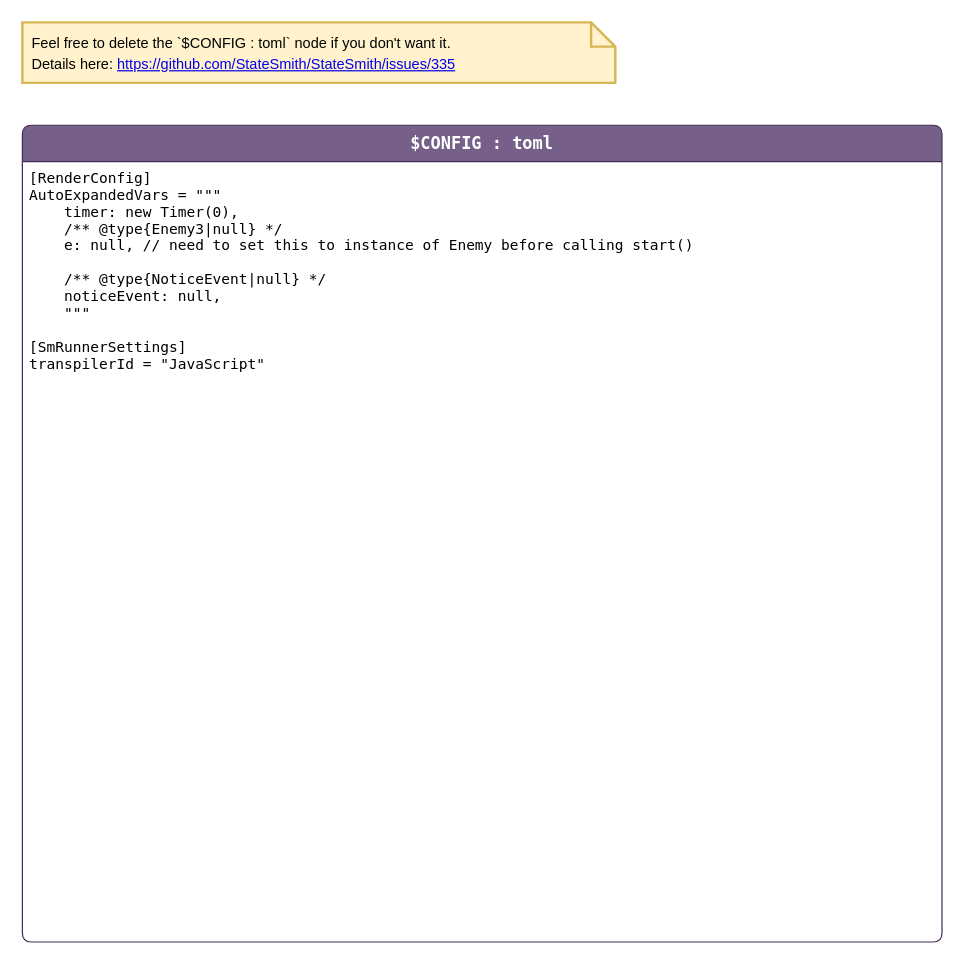
Earlier version of the draw.io diagram page "config" (2 of 3) of enemy3/Enemy3Sm.drawio (adamfk/game-fsm-examples). Source tidied: cells renumbered, new cells numbered last; positions are measured from the earlier drawing's top-left corner, leaving out a move shared by most shapes. Both pictures are drawn from the tidied source at 121%, with x=0, y=0 at pixel (22, 22).
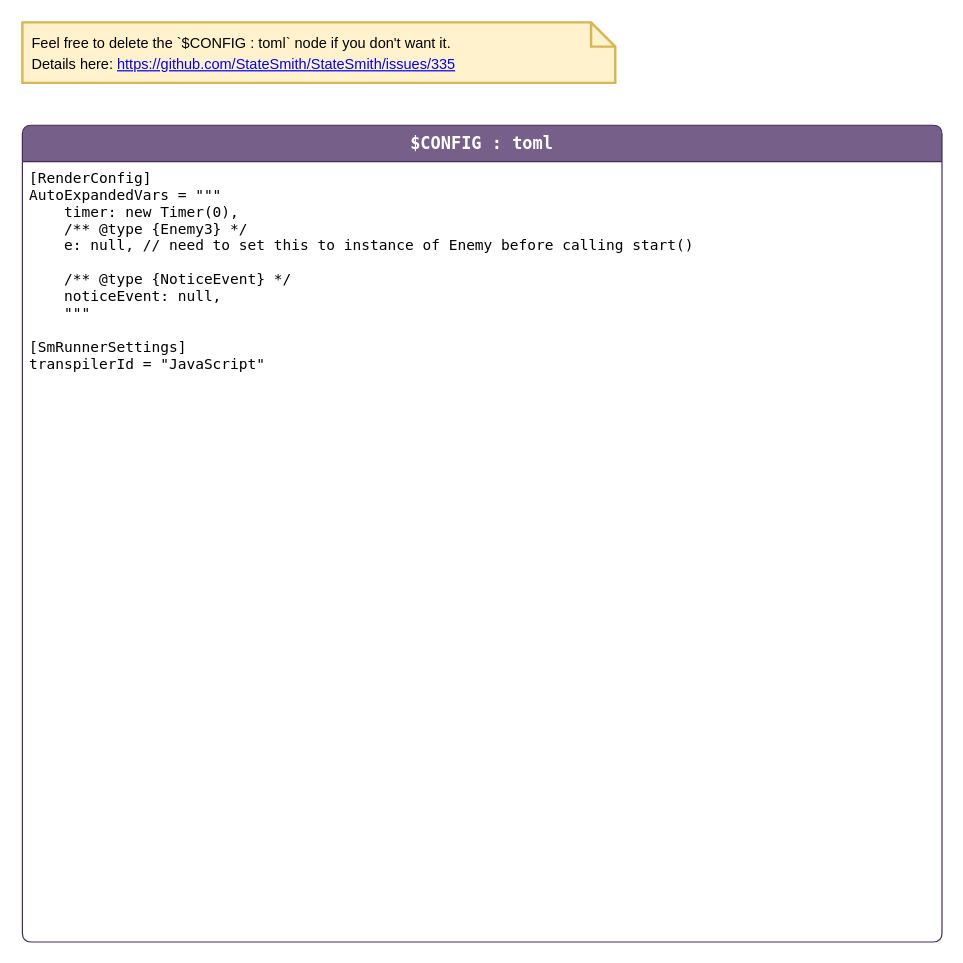
After the change.

Diff of the diagram source:
```diff
@@
 <mxGraphModel>
   <root>
     <mxCell id="0" />
     <mxCell id="1" parent="0" />
     <mxCell id="2" value="$CONFIG : toml" style="shape=swimlane;align=center;verticalAlign=top;fontFamily=Lucida Console;startSize=30;fontSize=14;fontStyle=1;swimlaneFillColor=default;rounded=1;arcSize=15;absoluteArcSize=1;fillColor=#76608a;strokeColor=#432D57;fontColor=#ffffff;" parent="1" vertex="1">
       <mxGeometry y="85" width="760" height="675" as="geometry" />
     </mxCell>
-    <mxCell id="3" value="[RenderConfig]&#10;AutoExpandedVars = &quot;&quot;&quot;&#10;    timer: new Timer(0),&#10;    /** @type{Enemy3|null} */&#10;    e: null, // need to set this to instance of Enemy before calling start()&#10;&#10;    /** @type{NoticeEvent|null} */&#10;    noticeEvent: null,&#10;    &quot;&quot;&quot;&#10;&#10;[SmRunnerSettings]&#10;transpilerId = &quot;JavaScript&quot;" style="fontFamily=Lucida Console;align=left;verticalAlign=top;fillColor=none;gradientColor=none;strokeColor=none;rounded=0;spacingLeft=4;" parent="2" vertex="1">
+    <mxCell id="3" value="[RenderConfig]&#10;AutoExpandedVars = &quot;&quot;&quot;&#10;    timer: new Timer(0),&#10;    /** @type {Enemy3} */&#10;    e: null, // need to set this to instance of Enemy before calling start()&#10;&#10;    /** @type {NoticeEvent} */&#10;    noticeEvent: null,&#10;    &quot;&quot;&quot;&#10;&#10;[SmRunnerSettings]&#10;transpilerId = &quot;JavaScript&quot;" style="fontFamily=Lucida Console;align=left;verticalAlign=top;fillColor=none;gradientColor=none;strokeColor=none;rounded=0;spacingLeft=4;" parent="2" vertex="1">
       <mxGeometry y="30" width="580" height="190" as="geometry" />
     </mxCell>
     <mxCell id="4" value="&lt;span style=&quot;color: rgb(0, 0, 0); font-size: 12px;&quot;&gt;Feel free to delete the `$CONFIG : toml` node if you don't want it.&lt;/span&gt;&lt;br style=&quot;color: rgb(0, 0, 0); font-size: 12px;&quot;&gt;&lt;span style=&quot;color: rgb(0, 0, 0); font-size: 12px;&quot;&gt;Details here:&amp;nbsp;&lt;/span&gt;&lt;a style=&quot;font-size: 12px;&quot; href=&quot;https://github.com/StateSmith/StateSmith/issues/335&quot;&gt;https://github.com/StateSmith/StateSmith/issues/335&lt;/a&gt;" style="shape=note;strokeWidth=2;fontSize=14;size=20;whiteSpace=wrap;html=1;fillColor=#fff2cc;strokeColor=#d6b656;fontColor=#2B2B00;align=left;spacingLeft=6;" parent="1" vertex="1">
       <mxGeometry width="490" height="50" as="geometry" />
     </mxCell>
   </root>
 </mxGraphModel>
```
